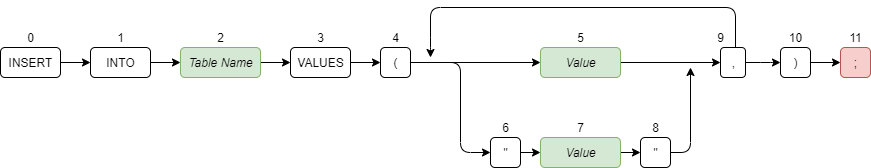
DeliciousWaffle/MastersProject keeps this draw.io diagram as src/files/assets/helpscreen/InsertDiagram.png. Above is the earlier version. Source tidied: cells renumbered, new cells last; positions are measured from the earlier drawing's top-left corner, leaving out a move shared by most shapes.
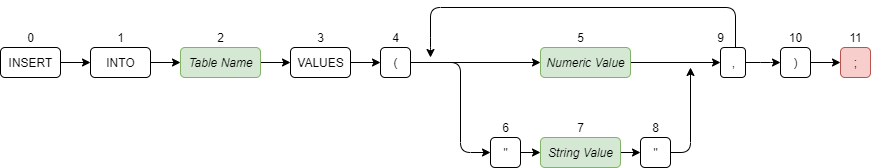
The same file after the commit.

Diff of the diagram source:
```diff
@@ -57,8 +57,8 @@
     <mxCell id="18" style="edgeStyle=orthogonalEdgeStyle;jettySize=auto;html=1;exitX=1;exitY=0.5;exitDx=0;exitDy=0;entryX=0;entryY=0.5;entryDx=0;entryDy=0;" parent="1" edge="1" source="19" target="25">
       <mxGeometry relative="1" as="geometry" />
     </mxCell>
-    <mxCell id="19" value="&lt;i&gt;Value&lt;/i&gt;" style="html=1;fillColor=#d5e8d4;strokeColor=#82b366;rounded=1;" parent="1" vertex="1">
-      <mxGeometry x="540" y="40" width="80" height="30" as="geometry" />
+    <mxCell id="19" value="&lt;i&gt;Numeric Value&lt;/i&gt;" style="html=1;fillColor=#d5e8d4;strokeColor=#82b366;rounded=1;" parent="1" vertex="1">
+      <mxGeometry x="540" y="40" width="90" height="30" as="geometry" />
     </mxCell>
     <mxCell id="20" value="5" style="text;html=1;align=center;verticalAlign=middle;rounded=1;" parent="1" vertex="1">
       <mxGeometry x="570" y="20" width="20" height="20" as="geometry" />
@@ -106,7 +106,7 @@
     <mxCell id="30" style="edgeStyle=orthogonalEdgeStyle;rounded=0;jettySize=auto;html=1;exitX=1;exitY=0.5;exitDx=0;exitDy=0;entryX=0;entryY=0.5;entryDx=0;entryDy=0;" parent="1" edge="1" source="31" target="35">
       <mxGeometry relative="1" as="geometry" />
     </mxCell>
-    <mxCell id="31" value="&lt;i&gt;Value&lt;/i&gt;" style="html=1;fillColor=#d5e8d4;strokeColor=#82b366;rounded=1;" parent="1" vertex="1">
+    <mxCell id="31" value="&lt;i&gt;String Value&lt;/i&gt;" style="html=1;fillColor=#d5e8d4;strokeColor=#82b366;rounded=1;" parent="1" vertex="1">
       <mxGeometry x="540" y="130" width="80" height="30" as="geometry" />
     </mxCell>
     <mxCell id="32" style="edgeStyle=orthogonalEdgeStyle;rounded=0;jettySize=auto;html=1;exitX=1;exitY=0.5;exitDx=0;exitDy=0;entryX=0;entryY=0.5;entryDx=0;entryDy=0;" parent="1" edge="1" source="33" target="31">
```
